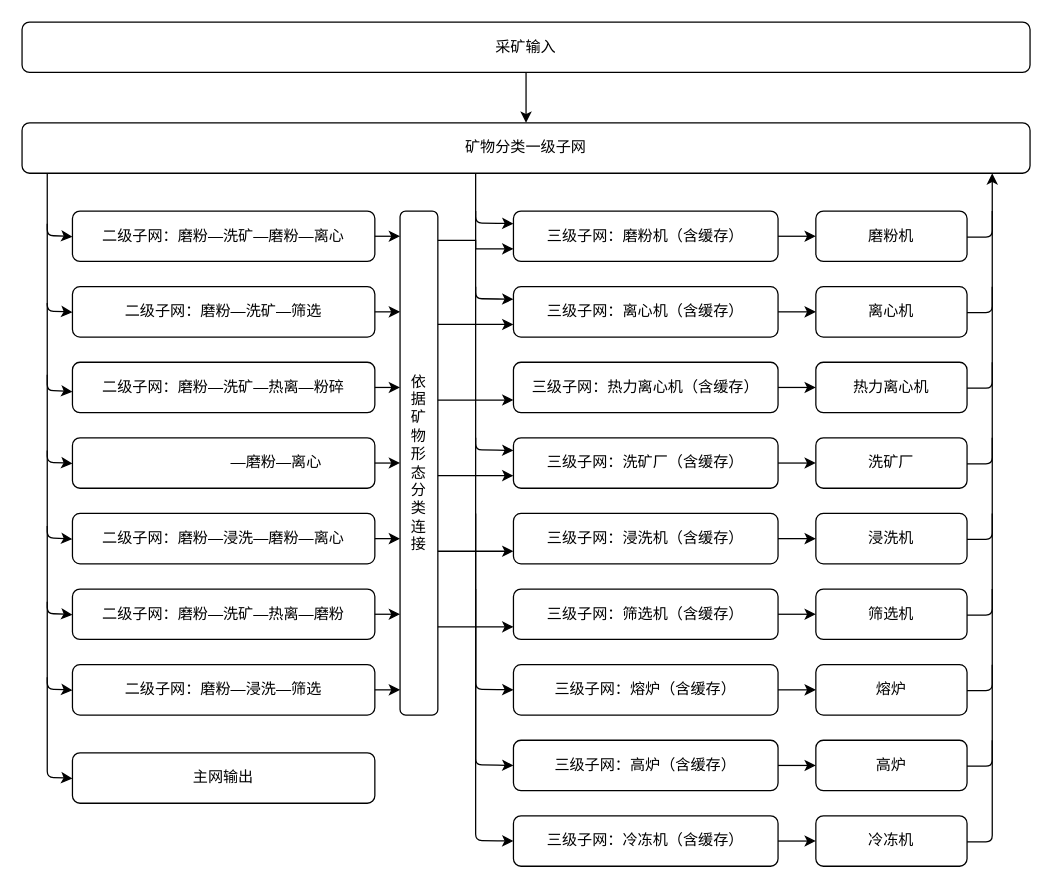
Above: src/content/typ/img/2025-08-15-13-19-00.drawio in ay-tony/ay-tony.github.io (draw.io), before the change. Source tidied: cells renumbered, new cells numbered last; positions are measured from the earlier drawing's top-left corner, leaving out a move shared by most shapes. Both pictures are drawn from the tidied source at 126%, with x=0, y=0 at pixel (21, 21).
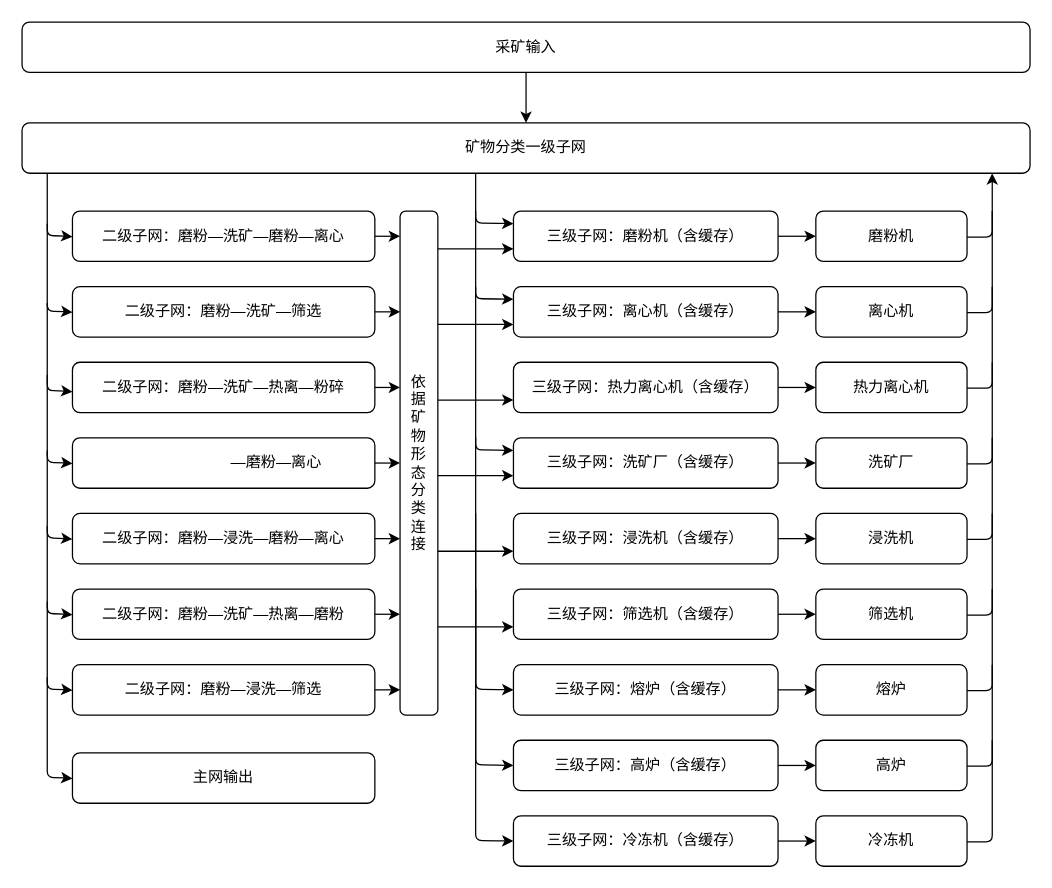
Above is the later version.

Commit message (it also covers changes not shown here):
fix: 修复图片问题

Unchanged cells that the change refers to:
```xml
<mxCell id="20" value="三级子网：磨粉机（含缓存）" style="rounded=1;whiteSpace=wrap;html=1;labelPosition=center;verticalLabelPosition=middle;align=center;verticalAlign=middle;fillColor=none;strokeColor=light-dark(#000000,#FFFFFF);" parent="1" vertex="1">
  <mxGeometry x="390" y="150" width="210" height="40" as="geometry" />
</mxCell>
<mxCell id="61" value="依据矿物形态分类连接" style="rounded=1;whiteSpace=wrap;html=1;labelPosition=center;verticalLabelPosition=middle;align=center;verticalAlign=middle;fillColor=none;strokeColor=light-dark(#000000,#FFFFFF);spacingLeft=3;spacingRight=3;horizontal=1;labelBackgroundColor=none;" parent="1" vertex="1">
  <mxGeometry x="300" y="150" width="30" height="400" as="geometry" />
</mxCell>
```

What changed in the source:
```diff
@@
-    <mxCell id="19" style="edgeStyle=orthogonalEdgeStyle;rounded=0;jettySize=auto;html=1;exitX=0;exitY=0.75;exitDx=0;exitDy=0;entryX=1;entryY=0.058;entryDx=0;entryDy=0;entryPerimeter=0;endArrow=none;endFill=0;startArrow=classic;startFill=1;" parent="1" edge="1" source="20" target="61">
+    <mxCell id="19" style="edgeStyle=orthogonalEdgeStyle;rounded=0;jettySize=auto;html=1;exitX=0;exitY=0.75;exitDx=0;exitDy=0;entryX=1;entryY=0.075;entryDx=0;entryDy=0;entryPerimeter=0;endArrow=none;endFill=0;startArrow=classic;startFill=1;" parent="1" edge="1" source="20" target="61">
       <mxGeometry relative="1" as="geometry" />
     </mxCell>
```
